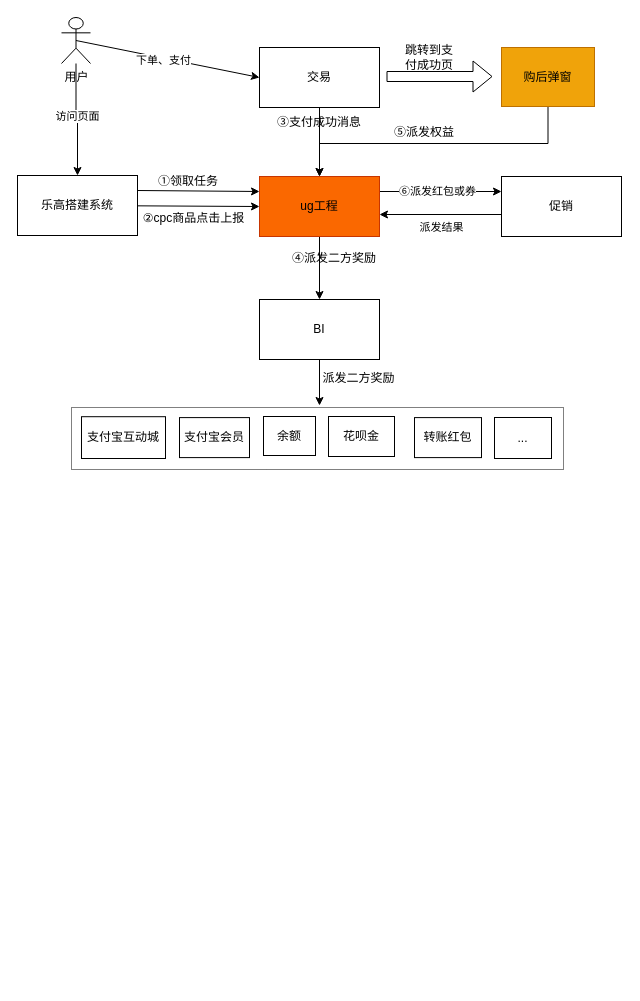
This is 双12资金风险评审.drawio from zengnm/diagrams, a draw.io file, before an edit. Source tidied: cells renumbered, new cells numbered last; positions are measured from the earlier drawing's top-left corner, leaving out a move shared by most shapes. Both pictures are drawn from the tidied source at 100%, with x=0, y=0 at pixel (17, 17).
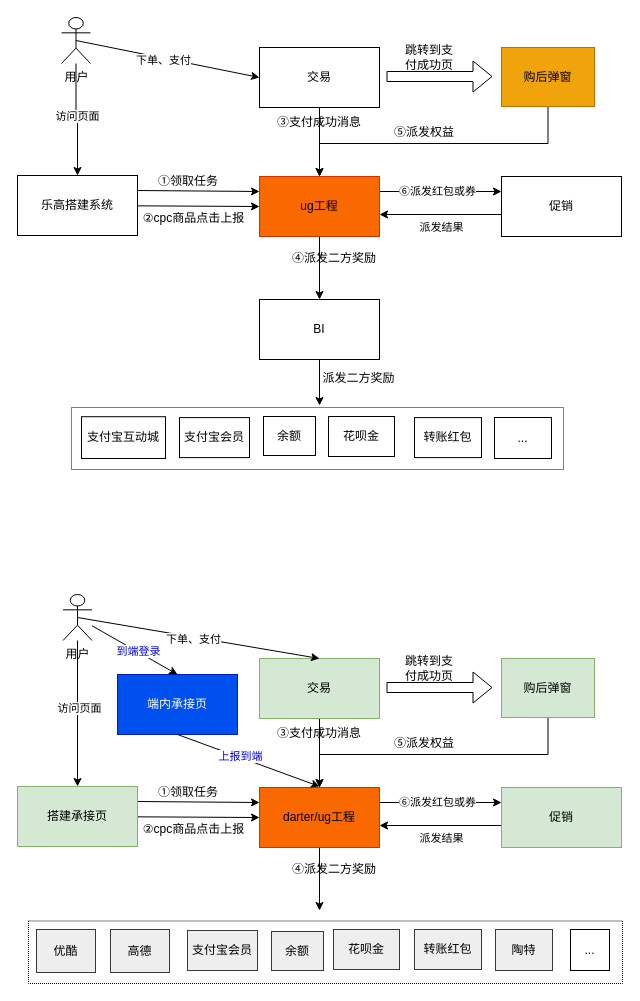
Above is the later version.

Commit message:
Update 双12资金风险评审.drawio

The edit, as a diff of the source:
```diff
@@
+    <mxCell id="38" style="rounded=0;whiteSpace=wrap;html=1;dashed=1;dashPattern=1 1;" parent="1" vertex="1">
+      <mxGeometry x="11" y="903.5" width="594" height="62.5" as="geometry" />
+    </mxCell>
+    <mxCell id="39" style="edgeStyle=none;rounded=0;jettySize=auto;html=1;" parent="1" edge="1" source="40" target="47">
+      <mxGeometry relative="1" as="geometry" />
+    </mxCell>
+    <mxCell id="40" value="交易" style="rounded=0;whiteSpace=wrap;html=1;fillColor=#d5e8d4;strokeColor=#82b366;" parent="1" vertex="1">
+      <mxGeometry x="242" y="641" width="120" height="60" as="geometry" />
+    </mxCell>
+    <mxCell id="41" style="edgeStyle=none;rounded=0;jettySize=auto;html=1;entryX=0;entryY=0.25;entryDx=0;entryDy=0;exitX=1;exitY=0.25;exitDx=0;exitDy=0;" parent="1" edge="1" source="43" target="47">
+      <mxGeometry relative="1" as="geometry" />
+    </mxCell>
+    <mxCell id="42" style="edgeStyle=none;rounded=0;jettySize=auto;html=1;entryX=0;entryY=0.5;entryDx=0;entryDy=0;" parent="1" edge="1" source="43" target="47">
+      <mxGeometry relative="1" as="geometry" />
+    </mxCell>
+    <mxCell id="43" value="搭建承接页" style="rounded=0;whiteSpace=wrap;html=1;fillColor=#d5e8d4;strokeColor=#82b366;" parent="1" vertex="1">
+      <mxGeometry y="769" width="120" height="60" as="geometry" />
+    </mxCell>
+    <mxCell id="44" style="edgeStyle=none;rounded=0;jettySize=auto;html=1;exitX=1;exitY=0.25;exitDx=0;exitDy=0;entryX=0;entryY=0.25;entryDx=0;entryDy=0;" parent="1" edge="1" source="47" target="50">
+      <mxGeometry relative="1" as="geometry" />
+    </mxCell>
+    <mxCell id="45" value="⑥派发红包或券" style="edgeLabel;html=1;align=center;verticalAlign=middle;" parent="44" vertex="1">
+      <mxGeometry x="-0.05" y="5" relative="1" as="geometry">
+        <mxPoint x="-1" y="4" as="offset" />
+      </mxGeometry>
+    </mxCell>
+    <mxCell id="46" style="edgeStyle=none;rounded=0;jettySize=auto;html=1;" parent="1" edge="1" source="47">
+      <mxGeometry relative="1" as="geometry">
+        <mxPoint x="302" y="893" as="targetPoint" />
+      </mxGeometry>
+    </mxCell>
+    <mxCell id="47" value="darter/ug工程" style="rounded=0;whiteSpace=wrap;html=1;fillColor=#fa6800;fontColor=#000000;strokeColor=#C73500;" parent="1" vertex="1">
+      <mxGeometry x="242" y="770" width="120" height="60" as="geometry" />
+    </mxCell>
+    <mxCell id="48" style="edgeStyle=orthogonalEdgeStyle;rounded=0;orthogonalLoop=1;jettySize=auto;html=1;exitX=0;exitY=0.75;exitDx=0;exitDy=0;entryX=1;entryY=0.75;entryDx=0;entryDy=0;" parent="1" edge="1">
+      <mxGeometry relative="1" as="geometry">
+        <mxPoint x="484" y="808" as="sourcePoint" />
+        <mxPoint x="362" y="808" as="targetPoint" />
+      </mxGeometry>
+    </mxCell>
+    <mxCell id="49" value="派发结果" style="edgeLabel;html=1;align=center;verticalAlign=middle;" parent="48" vertex="1">
+      <mxGeometry x="0.26" y="1" relative="1" as="geometry">
+        <mxPoint x="16" y="11" as="offset" />
+      </mxGeometry>
+    </mxCell>
+    <mxCell id="50" value="促销" style="rounded=0;whiteSpace=wrap;html=1;fillColor=#d5e8d4;strokeColor=#82b366;" parent="1" vertex="1">
+      <mxGeometry x="484" y="770" width="120" height="60" as="geometry" />
+    </mxCell>
+    <mxCell id="51" style="rounded=0;jettySize=auto;html=1;entryX=0.5;entryY=0;entryDx=0;entryDy=0;" parent="1" edge="1" source="55" target="43">
+      <mxGeometry relative="1" as="geometry" />
+    </mxCell>
+    <mxCell id="52" value="访问页面" style="edgeLabel;html=1;align=center;verticalAlign=middle;" parent="51" vertex="1">
+      <mxGeometry x="-0.08" y="1" relative="1" as="geometry" />
+    </mxCell>
+    <mxCell id="53" style="rounded=0;jettySize=auto;html=1;exitX=0.5;exitY=0.5;exitDx=0;exitDy=0;exitPerimeter=0;entryX=0.5;entryY=0;entryDx=0;entryDy=0;" parent="1" edge="1" source="55" target="40">
+      <mxGeometry relative="1" as="geometry" />
+    </mxCell>
+    <mxCell id="54" value="下单、支付" style="edgeLabel;html=1;align=center;verticalAlign=middle;" parent="53" vertex="1">
+      <mxGeometry x="-0.05" y="-2" relative="1" as="geometry" />
+    </mxCell>
+    <mxCell id="55" value="用户" style="shape=umlActor;verticalLabelPosition=bottom;verticalAlign=top;html=1;outlineConnect=0;" parent="1" vertex="1">
+      <mxGeometry x="45.5" y="577" width="29" height="46" as="geometry" />
+    </mxCell>
+    <mxCell id="56" value="①领取任务" style="text;html=1;strokeColor=none;fillColor=none;align=center;verticalAlign=middle;whiteSpace=wrap;rounded=0;" parent="1" vertex="1">
+      <mxGeometry x="129" y="759" width="84" height="32" as="geometry" />
+    </mxCell>
+    <mxCell id="57" value="②cpc商品点击上报" style="text;html=1;strokeColor=none;fillColor=none;align=center;verticalAlign=middle;whiteSpace=wrap;rounded=0;" parent="1" vertex="1">
+      <mxGeometry x="124" y="802" width="105" height="20" as="geometry" />
+    </mxCell>
+    <mxCell id="58" value="③支付成功消息" style="text;html=1;strokeColor=none;fillColor=none;align=center;verticalAlign=middle;whiteSpace=wrap;rounded=0;" parent="1" vertex="1">
+      <mxGeometry x="252" y="701" width="100" height="29" as="geometry" />
+    </mxCell>
+    <mxCell id="59" value="④派发二方奖励" style="text;html=1;strokeColor=none;fillColor=none;align=center;verticalAlign=middle;whiteSpace=wrap;rounded=0;" parent="1" vertex="1">
+      <mxGeometry x="272" y="837" width="90" height="29" as="geometry" />
+    </mxCell>
+    <mxCell id="60" value="支付宝会员" style="rounded=0;whiteSpace=wrap;html=1;fillColor=#eeeeee;strokeColor=#36393d;" parent="1" vertex="1">
+      <mxGeometry x="170" y="913" width="70" height="40" as="geometry" />
+    </mxCell>
+    <mxCell id="61" value="余额" style="rounded=0;whiteSpace=wrap;html=1;fillColor=#eeeeee;strokeColor=#36393d;" parent="1" vertex="1">
+      <mxGeometry x="254" y="914" width="52" height="39" as="geometry" />
+    </mxCell>
+    <mxCell id="62" value="花呗金" style="rounded=0;whiteSpace=wrap;html=1;fillColor=#eeeeee;strokeColor=#36393d;" parent="1" vertex="1">
+      <mxGeometry x="316" y="912" width="66" height="40" as="geometry" />
+    </mxCell>
+    <mxCell id="63" value="转账红包" style="rounded=0;whiteSpace=wrap;html=1;fillColor=#eeeeee;strokeColor=#36393d;" parent="1" vertex="1">
+      <mxGeometry x="397" y="912" width="67" height="40" as="geometry" />
+    </mxCell>
+    <mxCell id="64" value="陶特" style="rounded=0;whiteSpace=wrap;html=1;fillColor=#eeeeee;strokeColor=#36393d;" parent="1" vertex="1">
+      <mxGeometry x="478" y="912" width="57" height="41" as="geometry" />
+    </mxCell>
+    <mxCell id="65" style="edgeStyle=orthogonalEdgeStyle;rounded=0;jettySize=auto;html=1;entryX=0.5;entryY=0;entryDx=0;entryDy=0;" parent="1" edge="1" source="66" target="47">
+      <mxGeometry relative="1" as="geometry">
+        <Array as="points">
+          <mxPoint x="531" y="737" />
+          <mxPoint x="302" y="737" />
+        </Array>
+      </mxGeometry>
+    </mxCell>
+    <mxCell id="66" value="购后弹窗" style="rounded=0;whiteSpace=wrap;html=1;fillColor=#d5e8d4;strokeColor=#82b366;" parent="1" vertex="1">
+      <mxGeometry x="484" y="641" width="93" height="59" as="geometry" />
+    </mxCell>
+    <mxCell id="67" style="shape=flexArrow;endArrow=classic;html=1;rounded=0;" parent="1" edge="1">
+      <mxGeometry relative="1" as="geometry">
+        <mxPoint x="369" y="670" as="sourcePoint" />
+        <mxPoint x="475" y="670" as="targetPoint" />
+      </mxGeometry>
+    </mxCell>
+    <mxCell id="68" value="跳转到支付成功页" style="text;html=1;strokeColor=none;fillColor=none;align=center;verticalAlign=middle;whiteSpace=wrap;rounded=0;" parent="1" vertex="1">
+      <mxGeometry x="382" y="636" width="60" height="30" as="geometry" />
+    </mxCell>
+    <mxCell id="69" value="⑤派发权益" style="text;html=1;strokeColor=none;fillColor=none;align=center;verticalAlign=middle;whiteSpace=wrap;rounded=0;" parent="1" vertex="1">
+      <mxGeometry x="362" y="712" width="90" height="28" as="geometry" />
+    </mxCell>
+    <mxCell id="70" value="端内承接页" style="rounded=0;whiteSpace=wrap;html=1;fillColor=#0050ef;strokeColor=#001DBC;fontColor=#ffffff;" parent="1" vertex="1">
+      <mxGeometry x="100" y="657" width="120" height="60" as="geometry" />
+    </mxCell>
+    <mxCell id="71" style="endArrow=classic;html=1;rounded=0;entryX=0.5;entryY=0;entryDx=0;entryDy=0;" parent="1" edge="1" source="55" target="70">
+      <mxGeometry relative="1" as="geometry" />
+    </mxCell>
+    <mxCell id="72" value="&lt;font color=&quot;#0000cc&quot;&gt;到端登录&lt;/font&gt;" style="edgeLabel;html=1;align=center;verticalAlign=middle;" parent="71" vertex="1">
+      <mxGeometry x="0.06" y="1" relative="1" as="geometry" />
+    </mxCell>
+    <mxCell id="73" style="endArrow=classic;html=1;rounded=0;exitX=0.5;exitY=1;exitDx=0;exitDy=0;" parent="1" edge="1" source="70">
+      <mxGeometry relative="1" as="geometry">
+        <mxPoint x="302" y="769" as="targetPoint" />
+      </mxGeometry>
+    </mxCell>
+    <mxCell id="74" value="&lt;font color=&quot;#0000cc&quot;&gt;上报到端&lt;/font&gt;" style="edgeLabel;html=1;align=center;verticalAlign=middle;" parent="73" vertex="1">
+      <mxGeometry x="-0.13" y="1" relative="1" as="geometry" />
+    </mxCell>
+    <mxCell id="75" value="优酷" style="rounded=0;whiteSpace=wrap;html=1;fillColor=#eeeeee;strokeColor=#36393d;" parent="1" vertex="1">
+      <mxGeometry x="19" y="912" width="59" height="43" as="geometry" />
+    </mxCell>
+    <mxCell id="76" value="高德" style="rounded=0;whiteSpace=wrap;html=1;fillColor=#eeeeee;strokeColor=#36393d;" parent="1" vertex="1">
+      <mxGeometry x="93" y="912" width="59" height="43" as="geometry" />
+    </mxCell>
+    <mxCell id="77" value="..." style="rounded=0;whiteSpace=wrap;html=1;" parent="1" vertex="1">
+      <mxGeometry x="553" y="912" width="39" height="41" as="geometry" />
+    </mxCell>
```
